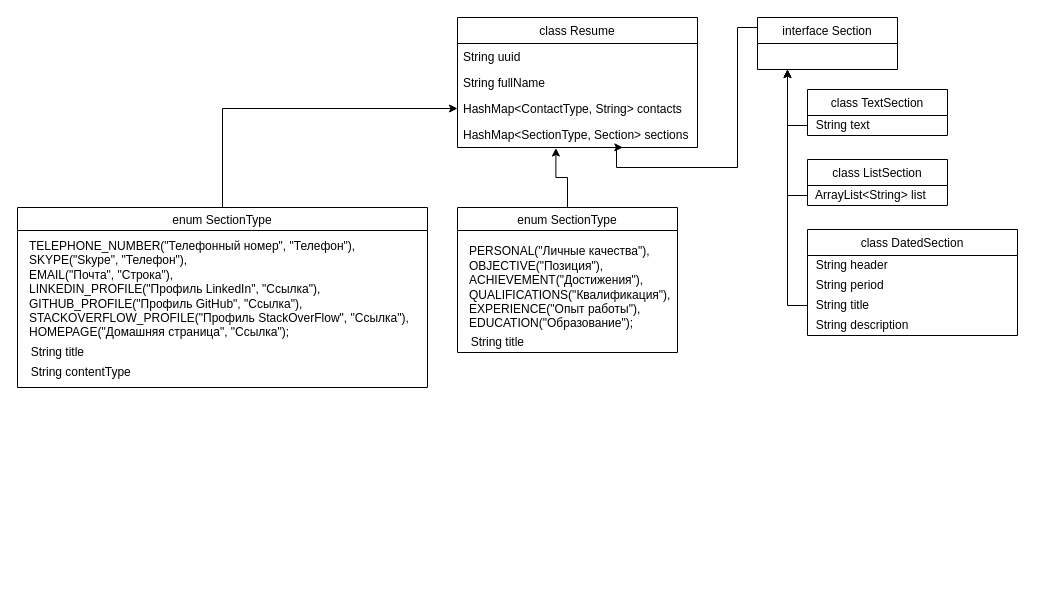
naliev/Resume-web-application keeps this draw.io diagram as Untitled Diagram.drawio. Above is the earlier version. Source tidied: cells renumbered, new cells numbered last; positions are measured from the earlier drawing's top-left corner, leaving out a move shared by most shapes. Both pictures are drawn from the tidied source at 100%, with x=0, y=0 at pixel (17, 17).
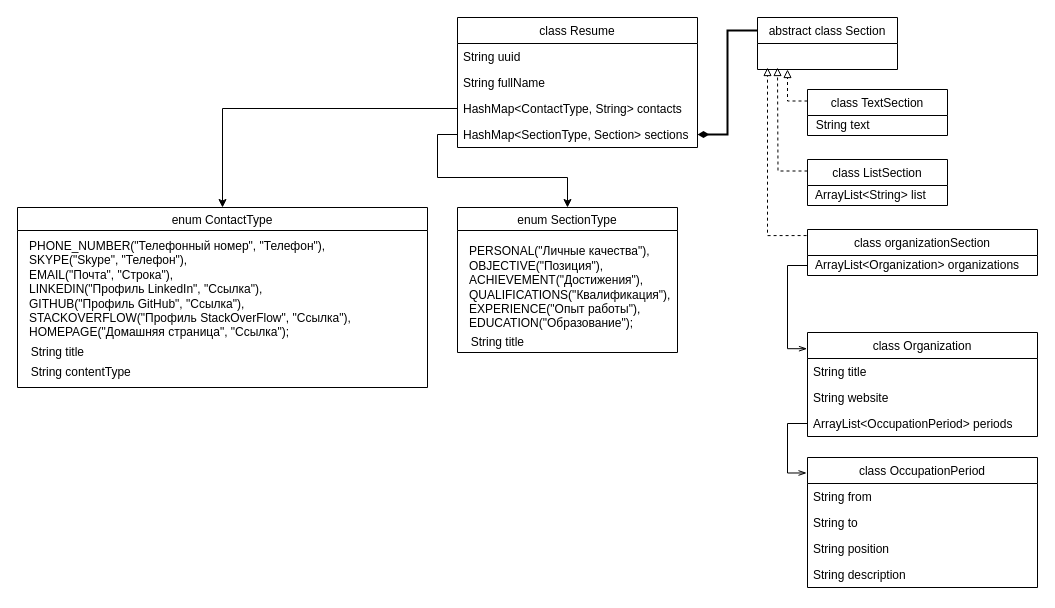
The same page after the edit.

Unchanged cells that the change refers to:
```xml
<mxCell id="5" value="HashMap&lt;ContactType, String&gt; contacts" style="text;strokeColor=none;fillColor=none;align=left;verticalAlign=top;spacingLeft=4;spacingRight=4;overflow=hidden;points=[[0,0.5],[1,0.5]];portConstraint=eastwest;" parent="2" vertex="1">
  <mxGeometry y="78" width="240" height="26" as="geometry" />
</mxCell>
<mxCell id="6" value="HashMap&lt;SectionType, Section&gt; sections" style="text;strokeColor=none;fillColor=none;align=left;verticalAlign=top;spacingLeft=4;spacingRight=4;overflow=hidden;points=[[0,0.5],[1,0.5]];portConstraint=eastwest;" parent="2" vertex="1">
  <mxGeometry y="104" width="240" height="26" as="geometry" />
</mxCell>
<mxCell id="8" value="enum SectionType" style="swimlane;fontStyle=0;" parent="1" vertex="1">
  <mxGeometry x="440" y="190" width="220" height="145" as="geometry" />
</mxCell>
<mxCell id="13" value="class TextSection" style="swimlane;fontStyle=0;horizontal=1;startSize=26;fillColor=none;" parent="1" vertex="1">
  <mxGeometry x="790" y="72" width="140" height="46" as="geometry" />
</mxCell>
<mxCell id="14" value="&amp;nbsp; String text" style="text;html=1;align=left;verticalAlign=middle;points=[];strokeColor=none;fillColor=none;" parent="13" vertex="1">
  <mxGeometry y="26" width="140" height="20" as="geometry" />
</mxCell>
<mxCell id="15" value="class ListSection" style="swimlane;fontStyle=0;horizontal=1;startSize=26;fillColor=none;" parent="1" vertex="1">
  <mxGeometry x="790" y="142" width="140" height="46" as="geometry" />
</mxCell>
<mxCell id="16" value="&amp;nbsp; ArrayList&amp;lt;String&amp;gt; list" style="text;html=1;align=left;verticalAlign=middle;points=[];strokeColor=none;fillColor=none;" parent="15" vertex="1">
  <mxGeometry y="26" width="140" height="20" as="geometry" />
</mxCell>
```

Change to the diagram source:
```diff
@@
-    <mxCell id="7" style="edgeStyle=orthogonalEdgeStyle;rounded=0;jettySize=auto;html=1;entryX=0.41;entryY=1.02;entryDx=0;entryDy=0;entryPerimeter=0;" parent="1" edge="1" source="8" target="6">
-      <mxGeometry relative="1" as="geometry" />
-    </mxCell>
@@
-    <mxCell id="11" style="edgeStyle=orthogonalEdgeStyle;rounded=0;jettySize=auto;html=1;entryX=0.689;entryY=0.998;entryDx=0;entryDy=0;entryPerimeter=0;" parent="1" edge="1" source="12" target="6">
-      <mxGeometry relative="1" as="geometry">
-        <Array as="points">
-          <mxPoint x="720" y="10" />
-          <mxPoint x="720" y="150" />
-          <mxPoint x="599" y="150" />
-        </Array>
-      </mxGeometry>
+    <mxCell id="11" style="edgeStyle=orthogonalEdgeStyle;rounded=0;jettySize=auto;html=1;exitX=0;exitY=0.25;exitDx=0;exitDy=0;entryX=1;entryY=0.5;entryDx=0;entryDy=0;endArrow=diamondThin;endFill=1;strokeWidth=2;" parent="1" edge="1" source="12" target="6">
+      <mxGeometry relative="1" as="geometry" />
     </mxCell>
-    <mxCell id="12" value="interface Section" style="swimlane;fontStyle=0;horizontal=1;startSize=26;fillColor=none;" parent="1" vertex="1">
+    <mxCell id="12" value="abstract class Section" style="swimlane;fontStyle=0;horizontal=1;startSize=26;fillColor=none;" parent="1" vertex="1">
       <mxGeometry x="740" width="140" height="52" as="geometry" />
     </mxCell>
@@
-    <mxCell id="17" value="class DatedSection" style="swimlane;fontStyle=0;horizontal=1;startSize=26;fillColor=none;" parent="1" vertex="1">
-      <mxGeometry x="790" y="212" width="210" height="106" as="geometry" />
+    <mxCell id="17" value="class organizationSection" style="swimlane;fontStyle=0;horizontal=1;startSize=26;fillColor=none;" parent="1" vertex="1">
+      <mxGeometry x="790" y="212" width="230" height="46" as="geometry" />
     </mxCell>
-    <mxCell id="18" value="&amp;nbsp; String header" style="text;html=1;align=left;verticalAlign=middle;points=[];strokeColor=none;fillColor=none;" parent="17" vertex="1">
-      <mxGeometry y="26" width="210" height="20" as="geometry" />
+    <mxCell id="18" value="&amp;nbsp; ArrayList&amp;lt;Organization&amp;gt; organizations" style="text;html=1;align=left;verticalAlign=middle;points=[];strokeColor=none;fillColor=none;" parent="17" vertex="1">
+      <mxGeometry y="26" width="230" height="20" as="geometry" />
     </mxCell>
-    <mxCell id="19" value="&amp;nbsp; String period" style="text;html=1;align=left;verticalAlign=middle;strokeColor=none;fillColor=none;" parent="17" vertex="1">
-      <mxGeometry y="46" width="210" height="20" as="geometry" />
-    </mxCell>
-    <mxCell id="20" value="&amp;nbsp; String title" style="text;html=1;align=left;verticalAlign=middle;points=[];strokeColor=none;fillColor=none;" parent="17" vertex="1">
-      <mxGeometry y="66" width="210" height="20" as="geometry" />
-    </mxCell>
-    <mxCell id="21" value="&amp;nbsp; String description" style="text;html=1;align=left;verticalAlign=middle;strokeColor=none;fillColor=none;" parent="17" vertex="1">
-      <mxGeometry y="86" width="210" height="20" as="geometry" />
-    </mxCell>
-    <mxCell id="22" style="edgeStyle=orthogonalEdgeStyle;rounded=0;jettySize=auto;html=1;" parent="1" edge="1" source="14">
+    <mxCell id="22" style="edgeStyle=orthogonalEdgeStyle;rounded=0;jettySize=auto;html=1;dashed=1;endArrow=block;endFill=0;exitX=0;exitY=0.25;exitDx=0;exitDy=0;" parent="1" edge="1" source="13">
       <mxGeometry relative="1" as="geometry">
         <mxPoint x="770" y="52" as="targetPoint" />
       </mxGeometry>
     </mxCell>
-    <mxCell id="23" style="edgeStyle=orthogonalEdgeStyle;rounded=0;jettySize=auto;html=1;" parent="1" edge="1" source="16">
+    <mxCell id="23" style="edgeStyle=orthogonalEdgeStyle;rounded=0;jettySize=auto;html=1;dashed=1;endArrow=block;endFill=0;exitX=0;exitY=0.25;exitDx=0;exitDy=0;" parent="1" edge="1" source="15">
       <mxGeometry relative="1" as="geometry">
-        <mxPoint x="770" y="52" as="targetPoint" />
+        <mxPoint x="760" y="50" as="targetPoint" />
       </mxGeometry>
     </mxCell>
-    <mxCell id="24" style="edgeStyle=orthogonalEdgeStyle;rounded=0;jettySize=auto;html=1;" parent="1" edge="1" source="20">
+    <mxCell id="24" style="edgeStyle=orthogonalEdgeStyle;rounded=0;jettySize=auto;html=1;dashed=1;endArrow=block;endFill=0;exitX=-0.004;exitY=0.132;exitDx=0;exitDy=0;exitPerimeter=0;" parent="1" edge="1" source="17">
       <mxGeometry relative="1" as="geometry">
-        <mxPoint x="770" y="52" as="targetPoint" />
+        <mxPoint x="750" y="50" as="targetPoint" />
+        <Array as="points">
+          <mxPoint x="750" y="218" />
+        </Array>
       </mxGeometry>
     </mxCell>
-    <mxCell id="25" style="edgeStyle=orthogonalEdgeStyle;rounded=0;jettySize=auto;html=1;entryX=0;entryY=0.5;entryDx=0;entryDy=0;" parent="1" edge="1" source="26" target="5">
-      <mxGeometry relative="1" as="geometry" />
-    </mxCell>
-    <mxCell id="26" value="enum SectionType" style="swimlane;fontStyle=0;" parent="1" vertex="1">
+    <mxCell id="26" value="enum ContactType" style="swimlane;fontStyle=0;" parent="1" vertex="1">
       <mxGeometry y="190" width="410" height="180" as="geometry" />
     </mxCell>
@@
-    <mxCell id="29" value="TELEPHONE_NUMBER(&quot;Телефонный номер&quot;, &quot;Телефон&quot;),&#10;    SKYPE(&quot;Skype&quot;, &quot;Телефон&quot;),&#10;    EMAIL(&quot;Почта&quot;, &quot;Строка&quot;),&#10;    LINKEDIN_PROFILE(&quot;Профиль LinkedIn&quot;, &quot;Ссылка&quot;),&#10;    GITHUB_PROFILE(&quot;Профиль GitHub&quot;, &quot;Ссылка&quot;),&#10;    STACKOVERFLOW_PROFILE(&quot;Профиль StackOverFlow&quot;, &quot;Ссылка&quot;),&#10;    HOMEPAGE(&quot;Домашняя страница&quot;, &quot;Ссылка&quot;);" style="text;whiteSpace=wrap;html=1;" parent="26" vertex="1">
+    <mxCell id="29" value="PHONE_NUMBER(&quot;Телефонный номер&quot;, &quot;Телефон&quot;),&lt;br&gt;    SKYPE(&quot;Skype&quot;, &quot;Телефон&quot;),&lt;br&gt;    EMAIL(&quot;Почта&quot;, &quot;Строка&quot;),&lt;br&gt;    LINKEDIN(&quot;Профиль LinkedIn&quot;, &quot;Ссылка&quot;),&lt;br&gt;    GITHUB(&quot;Профиль GitHub&quot;, &quot;Ссылка&quot;),&lt;br&gt;    STACKOVERFLOW(&quot;Профиль StackOverFlow&quot;, &quot;Ссылка&quot;),&lt;br&gt;    HOMEPAGE(&quot;Домашняя страница&quot;, &quot;Ссылка&quot;);" style="text;whiteSpace=wrap;html=1;" parent="26" vertex="1">
       <mxGeometry x="10" y="25" width="400" height="110" as="geometry" />
     </mxCell>
+    <mxCell id="30" style="edgeStyle=orthogonalEdgeStyle;rounded=0;jettySize=auto;html=1;exitX=0;exitY=0.5;exitDx=0;exitDy=0;entryX=0.5;entryY=0;entryDx=0;entryDy=0;" parent="1" edge="1" source="5" target="26">
+      <mxGeometry relative="1" as="geometry" />
+    </mxCell>
+    <mxCell id="31" style="edgeStyle=orthogonalEdgeStyle;rounded=0;jettySize=auto;html=1;exitX=0;exitY=0.5;exitDx=0;exitDy=0;entryX=0.5;entryY=0;entryDx=0;entryDy=0;" parent="1" edge="1" source="6" target="8">
+      <mxGeometry relative="1" as="geometry" />
+    </mxCell>
+    <mxCell id="32" value="class Organization" style="swimlane;fontStyle=0;horizontal=1;startSize=26;fillColor=none;" parent="1" vertex="1">
+      <mxGeometry x="790" y="315" width="230" height="104" as="geometry" />
+    </mxCell>
+    <mxCell id="20" value="String title" style="text;strokeColor=none;fillColor=none;align=left;verticalAlign=top;spacingLeft=4;spacingRight=4;overflow=hidden;points=[[0,0.5],[1,0.5]];portConstraint=eastwest;" parent="32" vertex="1">
+      <mxGeometry y="26" width="230" height="26" as="geometry" />
+    </mxCell>
+    <mxCell id="33" value="String website" style="text;strokeColor=none;fillColor=none;align=left;verticalAlign=top;spacingLeft=4;spacingRight=4;overflow=hidden;" parent="32" vertex="1">
+      <mxGeometry y="52" width="230" height="26" as="geometry" />
+    </mxCell>
+    <mxCell id="34" value="ArrayList&lt;OccupationPeriod&gt; periods" style="text;strokeColor=none;fillColor=none;align=left;verticalAlign=top;spacingLeft=4;spacingRight=4;overflow=hidden;points=[[0,0.5],[1,0.5]];portConstraint=eastwest;" parent="32" vertex="1">
+      <mxGeometry y="78" width="230" height="26" as="geometry" />
+    </mxCell>
+    <mxCell id="35" style="edgeStyle=orthogonalEdgeStyle;rounded=0;jettySize=auto;html=1;endArrow=openThin;endFill=0;strokeWidth=1;entryX=-0.002;entryY=0.156;entryDx=0;entryDy=0;entryPerimeter=0;" parent="1" edge="1" source="18" target="32">
+      <mxGeometry relative="1" as="geometry">
+        <Array as="points">
+          <mxPoint x="770" y="248" />
+          <mxPoint x="770" y="331" />
+        </Array>
+      </mxGeometry>
+    </mxCell>
+    <mxCell id="36" value="class OccupationPeriod" style="swimlane;fontStyle=0;horizontal=1;startSize=26;fillColor=none;" parent="1" vertex="1">
+      <mxGeometry x="790" y="440" width="230" height="130" as="geometry" />
+    </mxCell>
+    <mxCell id="37" value="String from" style="text;strokeColor=none;fillColor=none;align=left;verticalAlign=top;spacingLeft=4;spacingRight=4;overflow=hidden;" parent="36" vertex="1">
+      <mxGeometry y="26" width="230" height="26" as="geometry" />
+    </mxCell>
+    <mxCell id="38" value="String to" style="text;strokeColor=none;fillColor=none;align=left;verticalAlign=top;spacingLeft=4;spacingRight=4;overflow=hidden;" parent="36" vertex="1">
+      <mxGeometry y="52" width="230" height="26" as="geometry" />
+    </mxCell>
+    <mxCell id="39" value="String position" style="text;strokeColor=none;fillColor=none;align=left;verticalAlign=top;spacingLeft=4;spacingRight=4;overflow=hidden;" parent="36" vertex="1">
+      <mxGeometry y="78" width="230" height="26" as="geometry" />
+    </mxCell>
+    <mxCell id="21" value="String description" style="text;strokeColor=none;fillColor=none;align=left;verticalAlign=top;spacingLeft=4;spacingRight=4;overflow=hidden;" parent="36" vertex="1">
+      <mxGeometry y="104" width="230" height="26" as="geometry" />
+    </mxCell>
+    <mxCell id="40" style="edgeStyle=orthogonalEdgeStyle;rounded=0;jettySize=auto;html=1;exitX=0;exitY=0.5;exitDx=0;exitDy=0;entryX=-0.004;entryY=0.119;entryDx=0;entryDy=0;entryPerimeter=0;endArrow=openThin;endFill=0;strokeWidth=1;" parent="1" edge="1" source="34" target="36">
+      <mxGeometry relative="1" as="geometry" />
+    </mxCell>
```
